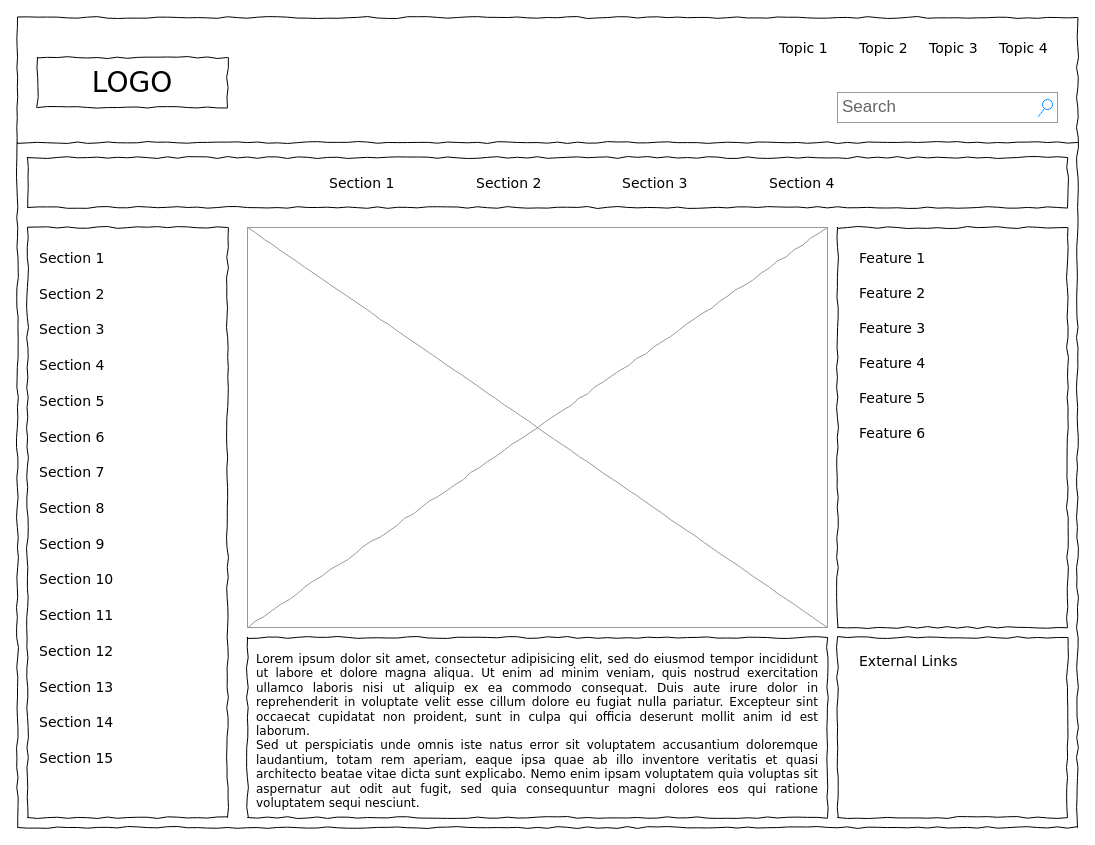
Cleave-n-Leave/drawio keeps this draw.io diagram as Untitled Diagram.drawio. Above is the earlier version. Source tidied: cells renumbered, new cells numbered last; positions are measured from the earlier drawing's top-left corner, leaving out a move shared by most shapes. Both pictures are drawn from the tidied source at 100%, with x=0, y=0 at pixel (17, 17).
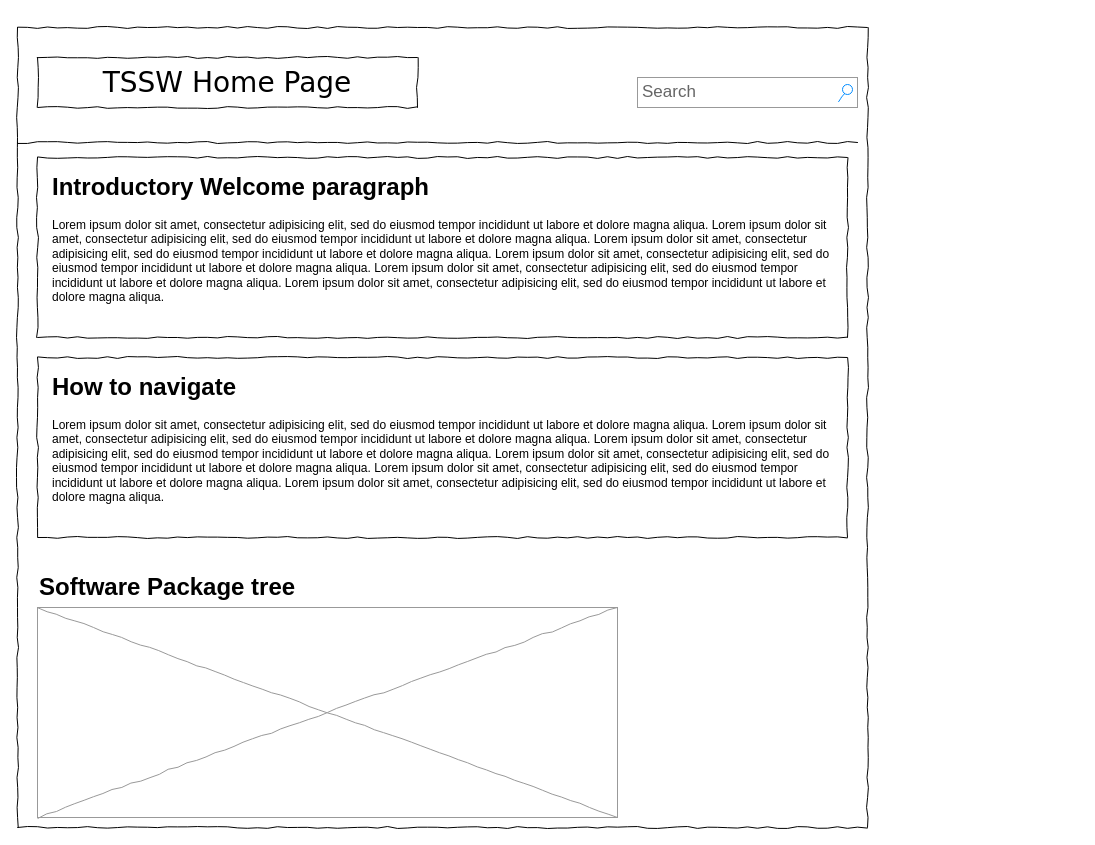
The same diagram, later.

Diff of the diagram source:
```diff
@@
     <mxCell id="2" style="whiteSpace=wrap;html=1;rounded=0;shadow=0;labelBackgroundColor=none;strokeColor=#000000;strokeWidth=1;fillColor=none;fontFamily=Verdana;fontSize=12;fontColor=#000000;align=center;comic=1;" parent="1" vertex="1">
-      <mxGeometry width="1060" height="810" as="geometry" />
+      <mxGeometry y="10" width="850" height="800" as="geometry" />
     </mxCell>
-    <mxCell id="3" value="LOGO" style="whiteSpace=wrap;html=1;rounded=0;shadow=0;labelBackgroundColor=none;strokeWidth=1;fontFamily=Verdana;fontSize=28;align=center;comic=1;" parent="1" vertex="1">
-      <mxGeometry x="20" y="40" width="190" height="50" as="geometry" />
+    <mxCell id="3" value="TSSW Home Page" style="whiteSpace=wrap;html=1;rounded=0;shadow=0;labelBackgroundColor=none;strokeWidth=1;fontFamily=Verdana;fontSize=28;align=center;comic=1;" parent="1" vertex="1">
+      <mxGeometry x="20" y="40" width="380" height="50" as="geometry" />
     </mxCell>
     <mxCell id="4" value="Search" style="strokeWidth=1;shadow=0;dashed=0;align=center;html=1;shape=mxgraph.mockup.forms.searchBox;strokeColor=#999999;mainText=;strokeColor2=#008cff;fontColor=#666666;fontSize=17;align=left;spacingLeft=3;rounded=0;labelBackgroundColor=none;comic=1;" parent="1" vertex="1">
-      <mxGeometry x="820" y="75" width="220" height="30" as="geometry" />
+      <mxGeometry x="620" y="60" width="220" height="30" as="geometry" />
     </mxCell>
-    <mxCell id="5" value="Topic 1" style="text;html=1;align=left;verticalAlign=top;spacingTop=-4;fontSize=14;fontFamily=Verdana;" parent="1" vertex="1">
-      <mxGeometry x="760" y="20" width="60" height="20" as="geometry" />
-    </mxCell>
-    <mxCell id="6" value="Topic 2" style="text;html=1;align=left;verticalAlign=top;spacingTop=-4;fontSize=14;fontFamily=Verdana;" parent="1" vertex="1">
-      <mxGeometry x="840" y="20" width="60" height="20" as="geometry" />
-    </mxCell>
-    <mxCell id="7" value="Topic 3" style="text;html=1;align=left;verticalAlign=top;spacingTop=-4;fontSize=14;fontFamily=Verdana;" parent="1" vertex="1">
-      <mxGeometry x="910" y="20" width="60" height="20" as="geometry" />
-    </mxCell>
-    <mxCell id="8" value="Topic 4" style="text;html=1;align=left;verticalAlign=top;spacingTop=-4;fontSize=14;fontFamily=Verdana;" parent="1" vertex="1">
-      <mxGeometry x="980" y="20" width="60" height="20" as="geometry" />
-    </mxCell>
-    <mxCell id="9" style="whiteSpace=wrap;html=1;rounded=0;shadow=0;labelBackgroundColor=none;strokeWidth=1;fillColor=none;fontFamily=Verdana;fontSize=12;align=center;comic=1;" parent="1" vertex="1">
-      <mxGeometry x="10" y="210" width="200" height="590" as="geometry" />
-    </mxCell>
     <mxCell id="10" style="line;strokeWidth=1;html=1;rounded=0;shadow=0;labelBackgroundColor=none;fillColor=none;fontFamily=Verdana;fontSize=14;fontColor=#000000;align=center;comic=1;" parent="1" vertex="1">
-      <mxGeometry y="120" width="1060" height="10" as="geometry" />
+      <mxGeometry y="120" width="840" height="10" as="geometry" />
     </mxCell>
-    <mxCell id="11" style="whiteSpace=wrap;html=1;rounded=0;shadow=0;labelBackgroundColor=none;strokeWidth=1;fillColor=none;fontFamily=Verdana;fontSize=12;align=center;comic=1;" parent="1" vertex="1">
-      <mxGeometry x="10" y="140" width="1040" height="50" as="geometry" />
-    </mxCell>
-    <mxCell id="12" value="Section 1" style="text;html=1;align=left;verticalAlign=top;spacingTop=-4;fontSize=14;fontFamily=Verdana;" parent="1" vertex="1">
-      <mxGeometry x="310" y="155" width="60" height="20" as="geometry" />
-    </mxCell>
-    <mxCell id="13" value="Section 2" style="text;html=1;align=left;verticalAlign=top;spacingTop=-4;fontSize=14;fontFamily=Verdana;" parent="1" vertex="1">
-      <mxGeometry x="457" y="155" width="60" height="20" as="geometry" />
-    </mxCell>
-    <mxCell id="14" value="Section 3" style="text;html=1;align=left;verticalAlign=top;spacingTop=-4;fontSize=14;fontFamily=Verdana;" parent="1" vertex="1">
-      <mxGeometry x="603" y="155" width="60" height="20" as="geometry" />
-    </mxCell>
-    <mxCell id="15" value="Section 4" style="text;html=1;align=left;verticalAlign=top;spacingTop=-4;fontSize=14;fontFamily=Verdana;" parent="1" vertex="1">
-      <mxGeometry x="750" y="155" width="60" height="20" as="geometry" />
-    </mxCell>
-    <mxCell id="16" value="&lt;div style=&quot;text-align: justify&quot;&gt;&lt;span&gt;Lorem ipsum dolor sit amet, consectetur adipisicing elit, sed do eiusmod tempor incididunt ut labore et dolore magna aliqua. Ut enim ad minim veniam, quis nostrud exercitation ullamco laboris nisi ut aliquip ex ea commodo consequat. Duis aute irure dolor in reprehenderit in voluptate velit esse cillum dolore eu fugiat nulla pariatur. Excepteur sint occaecat cupidatat non proident, sunt in culpa qui officia deserunt mollit anim id est laborum.&lt;/span&gt;&lt;/div&gt;&lt;div style=&quot;text-align: justify&quot;&gt;&lt;span&gt;Sed ut perspiciatis unde omnis iste natus error sit voluptatem accusantium doloremque laudantium, totam rem aperiam, eaque ipsa quae ab illo inventore veritatis et quasi architecto beatae vitae dicta sunt explicabo. Nemo enim ipsam voluptatem quia voluptas sit aspernatur aut odit aut fugit, sed quia consequuntur magni dolores eos qui ratione voluptatem sequi nesciunt.&amp;nbsp;&lt;/span&gt;&lt;/div&gt;" style="whiteSpace=wrap;html=1;rounded=0;shadow=0;labelBackgroundColor=none;strokeWidth=1;fillColor=none;fontFamily=Verdana;fontSize=12;align=center;verticalAlign=top;spacing=10;comic=1;" parent="1" vertex="1">
-      <mxGeometry x="230" y="620" width="580" height="180" as="geometry" />
+    <mxCell id="16" value="&lt;div style=&quot;text-align: justify ; font-size: 13px&quot;&gt;&lt;br&gt;&lt;/div&gt;" style="whiteSpace=wrap;html=1;rounded=0;shadow=0;labelBackgroundColor=none;strokeWidth=1;fillColor=none;fontFamily=Verdana;fontSize=12;align=center;verticalAlign=top;spacing=10;comic=1;" parent="1" vertex="1">
+      <mxGeometry x="20" y="140" width="810" height="180" as="geometry" />
     </mxCell>
     <mxCell id="17" style="verticalLabelPosition=bottom;shadow=0;dashed=0;align=center;html=1;verticalAlign=top;strokeWidth=1;shape=mxgraph.mockup.graphics.simpleIcon;strokeColor=#999999;rounded=0;labelBackgroundColor=none;fontFamily=Verdana;fontSize=14;fontColor=#000000;comic=1;" parent="1" vertex="1">
-      <mxGeometry x="230" y="210" width="580" height="400" as="geometry" />
+      <mxGeometry x="20" y="590" width="580" height="210" as="geometry" />
     </mxCell>
-    <mxCell id="18" style="whiteSpace=wrap;html=1;rounded=0;shadow=0;labelBackgroundColor=none;strokeWidth=1;fillColor=none;fontFamily=Verdana;fontSize=12;align=center;comic=1;" parent="1" vertex="1">
-      <mxGeometry x="820" y="210" width="230" height="400" as="geometry" />
-    </mxCell>
-    <mxCell id="19" style="whiteSpace=wrap;html=1;rounded=0;shadow=0;labelBackgroundColor=none;strokeWidth=1;fillColor=none;fontFamily=Verdana;fontSize=12;align=center;comic=1;" parent="1" vertex="1">
-      <mxGeometry x="820" y="620" width="230" height="180" as="geometry" />
-    </mxCell>
-    <mxCell id="20" value="Section 1" style="text;html=1;align=left;verticalAlign=top;spacingTop=-4;fontSize=14;fontFamily=Verdana;" parent="1" vertex="1">
-      <mxGeometry x="20" y="230" width="170" height="20" as="geometry" />
-    </mxCell>
-    <mxCell id="21" value="Section 2" style="text;html=1;align=left;verticalAlign=top;spacingTop=-4;fontSize=14;fontFamily=Verdana;" parent="1" vertex="1">
-      <mxGeometry x="20" y="266" width="170" height="20" as="geometry" />
-    </mxCell>
-    <mxCell id="22" value="Section 3" style="text;html=1;align=left;verticalAlign=top;spacingTop=-4;fontSize=14;fontFamily=Verdana;" parent="1" vertex="1">
-      <mxGeometry x="20" y="301" width="170" height="20" as="geometry" />
-    </mxCell>
-    <mxCell id="23" value="Section 4" style="text;html=1;align=left;verticalAlign=top;spacingTop=-4;fontSize=14;fontFamily=Verdana;" parent="1" vertex="1">
-      <mxGeometry x="20" y="337" width="170" height="20" as="geometry" />
-    </mxCell>
-    <mxCell id="24" value="Section 7" style="text;html=1;align=left;verticalAlign=top;spacingTop=-4;fontSize=14;fontFamily=Verdana;" parent="1" vertex="1">
-      <mxGeometry x="20" y="444" width="170" height="20" as="geometry" />
-    </mxCell>
-    <mxCell id="25" value="Section 8" style="text;html=1;align=left;verticalAlign=top;spacingTop=-4;fontSize=14;fontFamily=Verdana;" parent="1" vertex="1">
-      <mxGeometry x="20" y="480" width="170" height="20" as="geometry" />
-    </mxCell>
-    <mxCell id="26" value="Section 9" style="text;html=1;align=left;verticalAlign=top;spacingTop=-4;fontSize=14;fontFamily=Verdana;" parent="1" vertex="1">
-      <mxGeometry x="20" y="516" width="170" height="20" as="geometry" />
-    </mxCell>
-    <mxCell id="27" value="Section 10" style="text;html=1;align=left;verticalAlign=top;spacingTop=-4;fontSize=14;fontFamily=Verdana;" parent="1" vertex="1">
-      <mxGeometry x="20" y="551" width="170" height="20" as="geometry" />
-    </mxCell>
-    <mxCell id="28" value="Section 11" style="text;html=1;align=left;verticalAlign=top;spacingTop=-4;fontSize=14;fontFamily=Verdana;" parent="1" vertex="1">
-      <mxGeometry x="20" y="587" width="170" height="20" as="geometry" />
-    </mxCell>
-    <mxCell id="29" value="Section 12" style="text;html=1;align=left;verticalAlign=top;spacingTop=-4;fontSize=14;fontFamily=Verdana;" parent="1" vertex="1">
-      <mxGeometry x="20" y="623" width="170" height="20" as="geometry" />
-    </mxCell>
-    <mxCell id="30" value="Section 13" style="text;html=1;align=left;verticalAlign=top;spacingTop=-4;fontSize=14;fontFamily=Verdana;" parent="1" vertex="1">
-      <mxGeometry x="20" y="659" width="170" height="20" as="geometry" />
-    </mxCell>
-    <mxCell id="31" value="Section 14" style="text;html=1;align=left;verticalAlign=top;spacingTop=-4;fontSize=14;fontFamily=Verdana;" parent="1" vertex="1">
-      <mxGeometry x="20" y="694" width="170" height="20" as="geometry" />
-    </mxCell>
-    <mxCell id="32" value="Section 5" style="text;html=1;align=left;verticalAlign=top;spacingTop=-4;fontSize=14;fontFamily=Verdana;" parent="1" vertex="1">
-      <mxGeometry x="20" y="373" width="170" height="20" as="geometry" />
-    </mxCell>
-    <mxCell id="33" value="Section 6" style="text;html=1;align=left;verticalAlign=top;spacingTop=-4;fontSize=14;fontFamily=Verdana;" parent="1" vertex="1">
-      <mxGeometry x="20" y="409" width="170" height="20" as="geometry" />
-    </mxCell>
-    <mxCell id="34" value="Section 15" style="text;html=1;align=left;verticalAlign=top;spacingTop=-4;fontSize=14;fontFamily=Verdana;" parent="1" vertex="1">
-      <mxGeometry x="20" y="730" width="170" height="20" as="geometry" />
-    </mxCell>
-    <mxCell id="35" value="External Links" style="text;html=1;align=left;verticalAlign=top;spacingTop=-4;fontSize=14;fontFamily=Verdana;" parent="1" vertex="1">
-      <mxGeometry x="840" y="633" width="170" height="20" as="geometry" />
-    </mxCell>
-    <mxCell id="36" value="Feature 1" style="text;html=1;align=left;verticalAlign=top;spacingTop=-4;fontSize=14;fontFamily=Verdana;" parent="1" vertex="1">
-      <mxGeometry x="840" y="230" width="170" height="20" as="geometry" />
-    </mxCell>
-    <mxCell id="37" value="Feature 2" style="text;html=1;align=left;verticalAlign=top;spacingTop=-4;fontSize=14;fontFamily=Verdana;" parent="1" vertex="1">
-      <mxGeometry x="840" y="265" width="170" height="20" as="geometry" />
-    </mxCell>
-    <mxCell id="38" value="Feature 3" style="text;html=1;align=left;verticalAlign=top;spacingTop=-4;fontSize=14;fontFamily=Verdana;" parent="1" vertex="1">
-      <mxGeometry x="840" y="300" width="170" height="20" as="geometry" />
-    </mxCell>
-    <mxCell id="39" value="Feature 4" style="text;html=1;align=left;verticalAlign=top;spacingTop=-4;fontSize=14;fontFamily=Verdana;" parent="1" vertex="1">
-      <mxGeometry x="840" y="335" width="170" height="20" as="geometry" />
-    </mxCell>
-    <mxCell id="40" value="Feature 5" style="text;html=1;align=left;verticalAlign=top;spacingTop=-4;fontSize=14;fontFamily=Verdana;" parent="1" vertex="1">
-      <mxGeometry x="840" y="370" width="170" height="20" as="geometry" />
-    </mxCell>
-    <mxCell id="41" value="Feature 6" style="text;html=1;align=left;verticalAlign=top;spacingTop=-4;fontSize=14;fontFamily=Verdana;" parent="1" vertex="1">
-      <mxGeometry x="840" y="405" width="170" height="20" as="geometry" />
-    </mxCell>
+    <mxCell id="42" value="&lt;h1&gt;Introductory Welcome paragraph&lt;/h1&gt;&lt;p&gt;Lorem ipsum dolor sit amet, consectetur adipisicing elit, sed do eiusmod tempor incididunt ut labore et dolore magna aliqua.&amp;nbsp;Lorem ipsum dolor sit amet, consectetur adipisicing elit, sed do eiusmod tempor incididunt ut labore et dolore magna aliqua.&amp;nbsp;Lorem ipsum dolor sit amet, consectetur adipisicing elit, sed do eiusmod tempor incididunt ut labore et dolore magna aliqua.&amp;nbsp;Lorem ipsum dolor sit amet, consectetur adipisicing elit, sed do eiusmod tempor incididunt ut labore et dolore magna aliqua.&amp;nbsp;Lorem ipsum dolor sit amet, consectetur adipisicing elit, sed do eiusmod tempor incididunt ut labore et dolore magna aliqua.&amp;nbsp;Lorem ipsum dolor sit amet, consectetur adipisicing elit, sed do eiusmod tempor incididunt ut labore et dolore magna aliqua.&lt;/p&gt;" style="text;html=1;strokeColor=none;fillColor=none;spacing=5;spacingTop=-20;whiteSpace=wrap;overflow=hidden;rounded=0;shadow=1;" parent="1" vertex="1">
+      <mxGeometry x="30" y="150" width="790" height="160" as="geometry" />
+    </mxCell>
+    <mxCell id="43" value="&lt;div style=&quot;text-align: justify ; font-size: 13px&quot;&gt;&lt;br&gt;&lt;/div&gt;" style="whiteSpace=wrap;html=1;rounded=0;shadow=0;labelBackgroundColor=none;strokeWidth=1;fillColor=none;fontFamily=Verdana;fontSize=12;align=center;verticalAlign=top;spacing=10;comic=1;" parent="1" vertex="1">
+      <mxGeometry x="20" y="340" width="810" height="180" as="geometry" />
+    </mxCell>
+    <mxCell id="44" value="&lt;h1&gt;How to navigate&lt;/h1&gt;&lt;p&gt;Lorem ipsum dolor sit amet, consectetur adipisicing elit, sed do eiusmod tempor incididunt ut labore et dolore magna aliqua.&amp;nbsp;Lorem ipsum dolor sit amet, consectetur adipisicing elit, sed do eiusmod tempor incididunt ut labore et dolore magna aliqua.&amp;nbsp;Lorem ipsum dolor sit amet, consectetur adipisicing elit, sed do eiusmod tempor incididunt ut labore et dolore magna aliqua.&amp;nbsp;Lorem ipsum dolor sit amet, consectetur adipisicing elit, sed do eiusmod tempor incididunt ut labore et dolore magna aliqua.&amp;nbsp;Lorem ipsum dolor sit amet, consectetur adipisicing elit, sed do eiusmod tempor incididunt ut labore et dolore magna aliqua.&amp;nbsp;Lorem ipsum dolor sit amet, consectetur adipisicing elit, sed do eiusmod tempor incididunt ut labore et dolore magna aliqua.&lt;/p&gt;" style="text;html=1;strokeColor=none;fillColor=none;spacing=5;spacingTop=-20;whiteSpace=wrap;overflow=hidden;rounded=0;shadow=1;" parent="1" vertex="1">
+      <mxGeometry x="30" y="350" width="790" height="140" as="geometry" />
+    </mxCell>
+    <mxCell id="45" value="Software Package tree" style="text;strokeColor=none;fillColor=none;html=1;fontSize=24;fontStyle=1;verticalAlign=middle;align=left;" parent="1" vertex="1">
+      <mxGeometry x="20" y="550" width="320" height="40" as="geometry" />
+    </mxCell>
```
